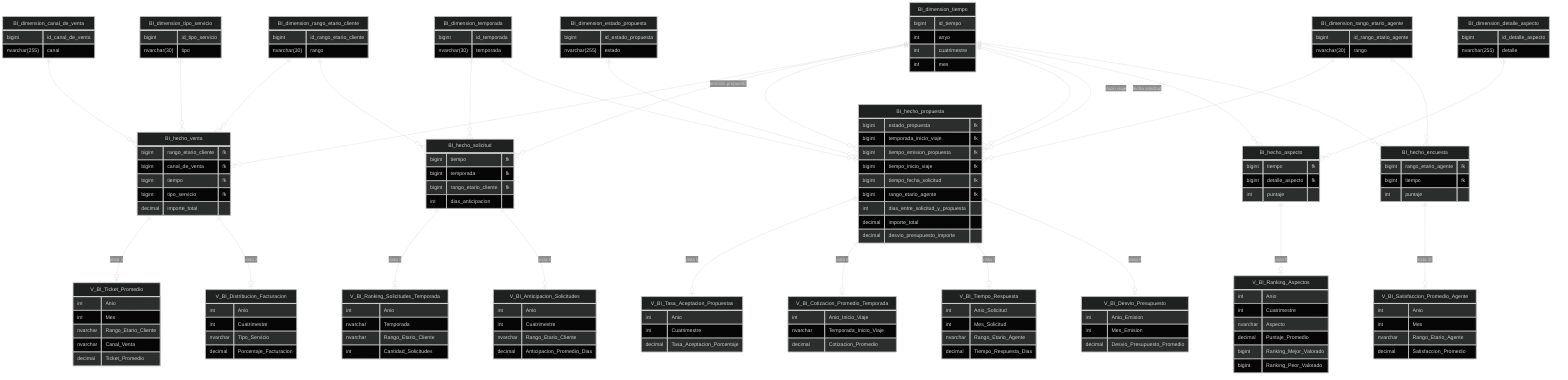
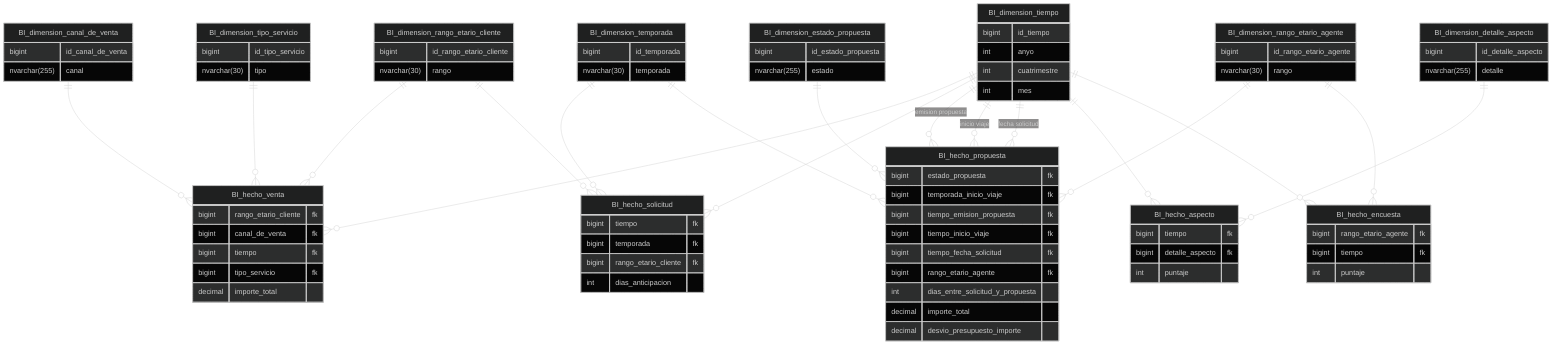
---
config:
  theme: dark
---
erDiagram

    BI_dimension_tiempo{
        bigint id_tiempo
        int anyo
        int cuatrimestre
        int mes
    }
    BI_dimension_rango_etario_cliente{
        bigint id_rango_etario_cliente
        nvarchar(30) rango
    }
    BI_dimension_rango_etario_agente{
        bigint id_rango_etario_agente
        nvarchar(30) rango
    }
    BI_dimension_temporada{
        bigint id_temporada
        nvarchar(30) temporada
    }
    BI_dimension_tipo_servicio{
        bigint id_tipo_servicio
        nvarchar(30) tipo
    }
    BI_dimension_canal_de_venta{
        bigint id_canal_de_venta
        nvarchar(255) canal
    }
    BI_dimension_estado_propuesta{
        bigint id_estado_propuesta
        nvarchar(255) estado
    }
    BI_dimension_detalle_aspecto{
        bigint id_detalle_aspecto
        nvarchar(255) detalle
    }
    BI_hecho_venta{
        bigint rango_etario_cliente fk
        bigint canal_de_venta fk
        bigint tiempo fk
        bigint tipo_servicio fk
        decimal importe_total
    }
    BI_dimension_canal_de_venta ||--o{ BI_hecho_venta : ""
    BI_dimension_rango_etario_cliente ||--o{ BI_hecho_venta : ""
    BI_dimension_tiempo ||--o{ BI_hecho_venta : ""
    BI_dimension_tipo_servicio ||--o{ BI_hecho_venta : ""

    BI_hecho_solicitud{
        bigint tiempo fk
        bigint temporada fk
        bigint rango_etario_cliente fk
        int dias_anticipacion
    }

    BI_dimension_tiempo ||--o{ BI_hecho_solicitud : ""
    BI_dimension_temporada ||--o{ BI_hecho_solicitud : ""
    BI_dimension_rango_etario_cliente ||--o{ BI_hecho_solicitud : ""

    BI_hecho_propuesta{
        bigint estado_propuesta fk
        bigint temporada_inicio_viaje fk
        bigint tiempo_emision_propuesta fk
        bigint tiempo_inicio_viaje fk
        bigint tiempo_fecha_solicitud fk
        bigint rango_etario_agente fk
        int dias_entre_solicitud_y_propuesta
        decimal importe_total
        decimal desvio_presupuesto_importe
    }

    BI_dimension_estado_propuesta ||--o{ BI_hecho_propuesta : ""
    BI_dimension_temporada ||--o{ BI_hecho_propuesta : ""
    BI_dimension_tiempo ||--o{ BI_hecho_propuesta : "emision propuesta"
    BI_dimension_tiempo ||--o{ BI_hecho_propuesta : "inicio viaje"
    BI_dimension_tiempo ||--o{ BI_hecho_propuesta : "fecha solicitud"
    BI_dimension_rango_etario_agente ||--o{ BI_hecho_propuesta : ""

    BI_hecho_aspecto{
        bigint tiempo fk
        bigint detalle_aspecto fk
        int puntaje
    }
    BI_dimension_tiempo ||--o{ BI_hecho_aspecto : ""
    BI_dimension_detalle_aspecto ||--o{ BI_hecho_aspecto : ""

    BI_hecho_encuesta{
        bigint rango_etario_agente fk
        bigint tiempo fk
        int puntaje
    }
    BI_dimension_rango_etario_agente ||--o{ BI_hecho_encuesta : ""
-     BI_dimension_tiempo ||--o{ BI_hecho_encuesta : ""
- 
-     V_BI_Ticket_Promedio{
-         int Anio
-         int Mes
-         nvarchar Rango_Etario_Cliente
-         nvarchar Canal_Venta
-         decimal Ticket_Promedio
-     }
- 
-     V_BI_Distribucion_Facturacion{
-         int Anio
-         int Cuatrimestre
-         nvarchar Tipo_Servicio
-         decimal Porcentaje_Facturacion
-     }
- 
-     V_BI_Ranking_Solicitudes_Temporada{
-         int Anio
-         nvarchar Temporada
-         nvarchar Rango_Etario_Cliente
-         int Cantidad_Solicitudes
-     }
- 
-     V_BI_Anticipacion_Solicitudes{
-         int Anio
-         int Cuatrimestre
-         nvarchar Rango_Etario_Cliente
-         decimal Anticipacion_Promedio_Dias
-     }
- 
-     V_BI_Tasa_Aceptacion_Propuestas{
-         int Anio
-         int Cuatrimestre
-         decimal Tasa_Aceptacion_Porcentaje
-     }
- 
-     V_BI_Cotizacion_Promedio_Temporada{
-         int Anio_Inicio_Viaje
-         nvarchar Temporada_Inicio_Viaje
-         decimal Cotizacion_Promedio
-     }
- 
-     V_BI_Tiempo_Respuesta{
-         int Anio_Solicitud
-         int Mes_Solicitud
-         nvarchar Rango_Etario_Agente
-         decimal Tiempo_Respuesta_Dias
-     }
- 
-     V_BI_Desvio_Presupuesto{
-         int Anio_Emision
-         int Mes_Emision
-         decimal Desvio_Presupuesto_Promedio
-     }
- 
-     V_BI_Ranking_Aspectos{
-         int Anio
-         int Cuatrimestre
-         nvarchar Aspecto
-         decimal Puntaje_Promedio
-         bigint Ranking_Mejor_Valorado
-         bigint Ranking_Peor_Valorado
-     }
- 
-     V_BI_Satisfaccion_Promedio_Agente{
-         int Anio
-         int Mes
-         nvarchar Rango_Etario_Agente
-         decimal Satisfaccion_Promedio
-     }
- 
-     BI_hecho_venta ||--o| V_BI_Ticket_Promedio : "vista 1"
-     BI_hecho_venta ||--o| V_BI_Distribucion_Facturacion : "vista 2"
-     BI_hecho_solicitud ||--o| V_BI_Ranking_Solicitudes_Temporada : "vista 3"
-     BI_hecho_solicitud ||--o| V_BI_Anticipacion_Solicitudes : "vista 4"
-     BI_hecho_propuesta ||--o| V_BI_Tasa_Aceptacion_Propuestas : "vista 5"
-     BI_hecho_propuesta ||--o| V_BI_Cotizacion_Promedio_Temporada : "vista 6"
-     BI_hecho_propuesta ||--o| V_BI_Tiempo_Respuesta : "vista 7"
-     BI_hecho_propuesta ||--o| V_BI_Desvio_Presupuesto : "vista 8"
-     BI_hecho_aspecto ||--o| V_BI_Ranking_Aspectos : "vista 9"
-     BI_hecho_encuesta ||--o| V_BI_Satisfaccion_Promedio_Agente : "vista 10"+     BI_dimension_tiempo ||--o{ BI_hecho_encuesta : ""